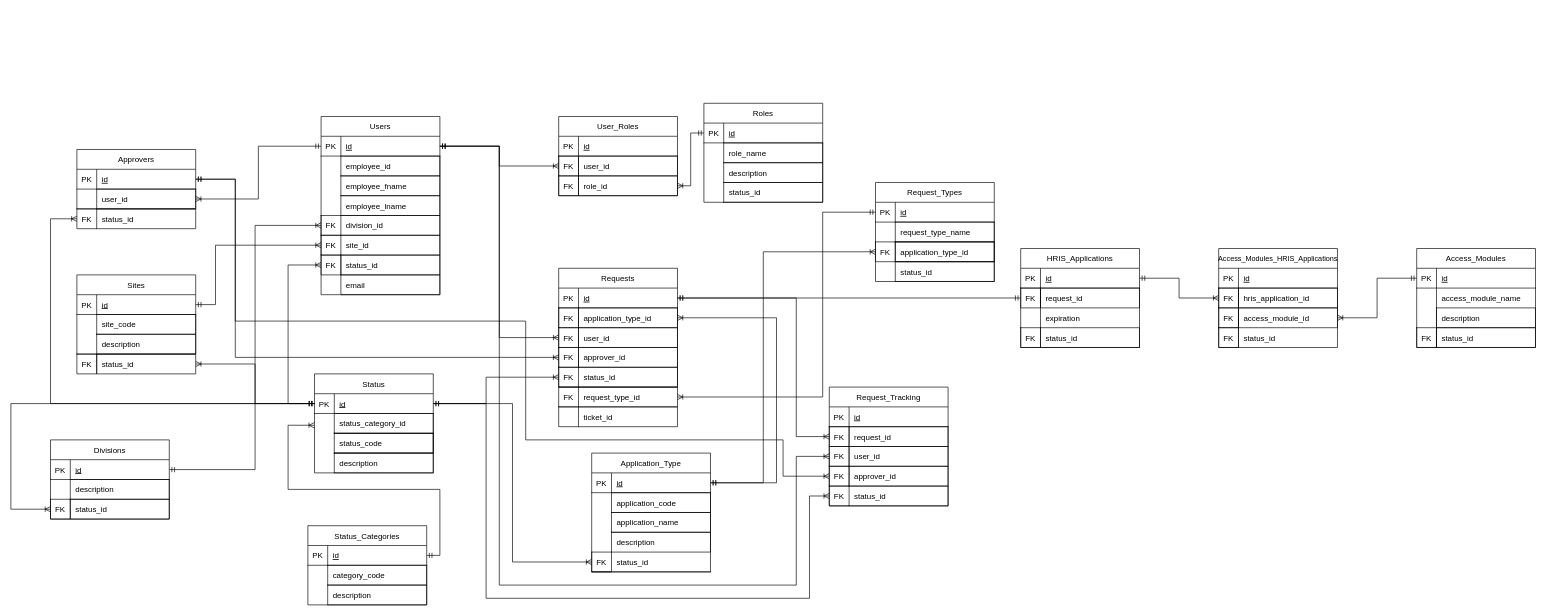
Above: docs/db_erd.drawio in eclair-29/isnow (draw.io), before the change. Source tidied: cells renumbered, new cells numbered last; positions are measured from the earlier drawing's top-left corner, leaving out a move shared by most shapes. Both pictures are drawn from the tidied source at 66%, with x=0, y=0 at pixel (11, 103).
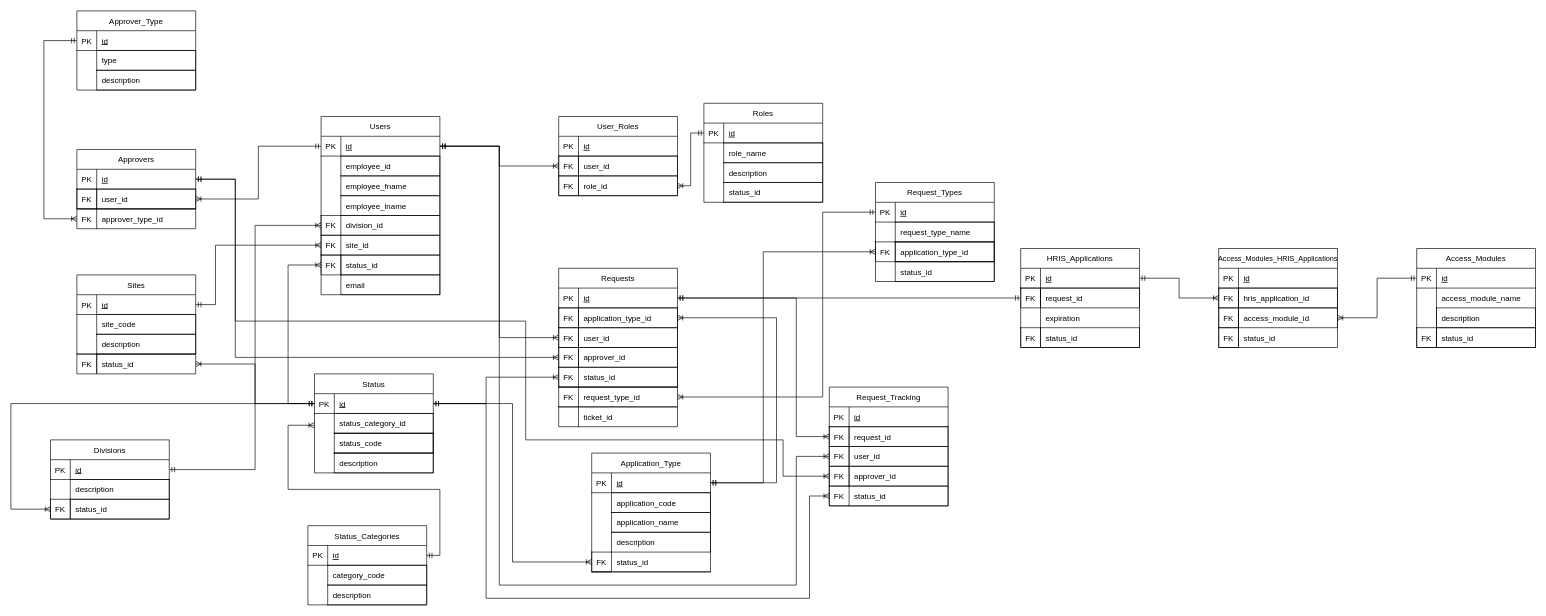
The same page after the edit.

Unchanged cells that the change refers to:
```xml
<mxCell id="90" style="shape=tableRow;horizontal=0;startSize=0;swimlaneHead=0;swimlaneBody=0;fillColor=none;points=[[0,0.5],[1,0.5]];portConstraint=eastwest;top=0;left=0;right=0;bottom=1;fontFamily=Helvetica;fontStyle=0;" parent="89" vertex="1">
  <mxGeometry y="30" width="180" height="30" as="geometry" />
</mxCell>
<mxCell id="148" style="shape=tableRow;horizontal=0;startSize=0;swimlaneHead=0;swimlaneBody=0;fillColor=none;points=[[0,0.5],[1,0.5]];portConstraint=eastwest;top=0;left=0;right=0;bottom=0;fontFamily=Helvetica;fontStyle=0;" parent="1" vertex="1">
  <mxGeometry x="100" y="160" width="180" height="30" as="geometry" />
</mxCell>
<mxCell id="153" style="group;fontFamily=Helvetica;" parent="1" vertex="1">
  <mxGeometry x="100" y="70" width="180" height="120" as="geometry" />
</mxCell>
```

The edit, as a diff of the source:
```diff
@@
+    <mxCell id="271" style="edgeStyle=orthogonalEdgeStyle;html=1;entryX=0;entryY=0.5;entryDx=0;entryDy=0;rounded=0;endArrow=ERmandOne;endFill=0;startArrow=ERoneToMany;startFill=0;" parent="1" edge="1" source="148" target="275">
+      <mxGeometry relative="1" as="geometry">
+        <Array as="points">
+          <mxPoint x="50" y="175" />
+          <mxPoint x="50" y="-95" />
+        </Array>
+      </mxGeometry>
+    </mxCell>
@@
-    <mxCell id="150" value="status_id" style="shape=partialRectangle;fillColor=none;top=1;left=0;bottom=1;right=1;align=left;spacingLeft=6;overflow=hidden;fontFamily=Helvetica;fontStyle=0;" parent="148" vertex="1">
+    <mxCell id="150" value="approver_type_id" style="shape=partialRectangle;fillColor=none;top=1;left=0;bottom=1;right=1;align=left;spacingLeft=6;overflow=hidden;fontFamily=Helvetica;fontStyle=0;" parent="148" vertex="1">
       <mxGeometry x="30" width="150" height="30" as="geometry" />
     </mxCell>
-    <mxCell id="151" style="edgeStyle=orthogonalEdgeStyle;rounded=0;html=1;entryX=0;entryY=0.5;entryDx=0;entryDy=0;fontFamily=Helvetica;startArrow=ERmandOne;startFill=0;endArrow=ERoneToMany;endFill=0;" parent="1" edge="1" source="90" target="148">
-      <mxGeometry relative="1" as="geometry">
-        <Array as="points">
-          <mxPoint x="60" y="455" />
-          <mxPoint x="60" y="175" />
-        </Array>
-      </mxGeometry>
-    </mxCell>
@@
+    <mxCell id="272" value="FK" style="shape=partialRectangle;fillColor=none;top=1;left=1;bottom=1;right=1;fontStyle=0;overflow=hidden;fontFamily=Helvetica;" parent="153" vertex="1">
+      <mxGeometry y="60" width="30" height="30" as="geometry" />
+    </mxCell>
@@
+    <mxCell id="273" style="group;fontFamily=Helvetica;" parent="1" vertex="1">
+      <mxGeometry x="100" y="-140" width="180" height="120" as="geometry" />
+    </mxCell>
+    <mxCell id="274" value="Approver_Type" style="shape=table;startSize=30;childLayout=tableLayout;rowLines=0;fontStyle=0;align=center;fontFamily=Helvetica;" parent="273" vertex="1">
+      <mxGeometry width="180" height="120" as="geometry" />
+    </mxCell>
+    <mxCell id="275" style="shape=tableRow;horizontal=0;startSize=0;swimlaneHead=0;swimlaneBody=0;fillColor=none;points=[[0,0.5],[1,0.5]];portConstraint=eastwest;top=0;left=0;right=0;bottom=1;fontFamily=Helvetica;fontStyle=0;" parent="274" vertex="1">
+      <mxGeometry y="30" width="180" height="30" as="geometry" />
+    </mxCell>
+    <mxCell id="276" value="PK" style="shape=partialRectangle;fillColor=none;top=0;left=0;bottom=0;right=0;fontStyle=0;overflow=hidden;fontFamily=Helvetica;" parent="275" vertex="1">
+      <mxGeometry width="30" height="30" as="geometry" />
+    </mxCell>
+    <mxCell id="277" value="id" style="shape=partialRectangle;fillColor=none;top=0;left=0;bottom=0;right=0;align=left;spacingLeft=6;fontStyle=4;overflow=hidden;fontFamily=Helvetica;" parent="275" vertex="1">
+      <mxGeometry x="30" width="150" height="30" as="geometry" />
+    </mxCell>
+    <mxCell id="278" style="shape=tableRow;horizontal=0;startSize=0;swimlaneHead=0;swimlaneBody=0;fillColor=none;top=0;left=0;right=0;bottom=0;fontFamily=Helvetica;fontStyle=0;" parent="274" vertex="1">
+      <mxGeometry y="60" width="180" height="30" as="geometry" />
+    </mxCell>
+    <mxCell id="279" style="shape=partialRectangle;fillColor=none;top=0;left=0;bottom=0;right=0;overflow=hidden;fontFamily=Helvetica;fontStyle=0;" parent="278" vertex="1">
+      <mxGeometry width="30" height="30" as="geometry" />
+    </mxCell>
+    <mxCell id="280" value="type" style="shape=partialRectangle;fillColor=none;top=1;left=0;bottom=1;right=1;align=left;spacingLeft=6;overflow=hidden;fontFamily=Helvetica;fontStyle=0;" parent="278" vertex="1">
+      <mxGeometry x="30" width="150" height="30" as="geometry" />
+    </mxCell>
+    <mxCell id="281" style="shape=tableRow;horizontal=0;startSize=0;swimlaneHead=0;swimlaneBody=0;fillColor=none;top=0;left=0;right=0;bottom=0;fontFamily=Helvetica;fontStyle=0;" parent="273" vertex="1">
+      <mxGeometry y="90" width="180" height="30" as="geometry" />
+    </mxCell>
+    <mxCell id="282" style="shape=partialRectangle;fillColor=none;top=0;left=0;bottom=0;right=0;overflow=hidden;fontFamily=Helvetica;fontStyle=0;" parent="281" vertex="1">
+      <mxGeometry width="30" height="30" as="geometry" />
+    </mxCell>
+    <mxCell id="283" style="shape=tableRow;horizontal=0;startSize=0;swimlaneHead=0;swimlaneBody=0;fillColor=none;top=0;left=0;right=0;bottom=0;fontFamily=Helvetica;fontStyle=0;" parent="273" vertex="1">
+      <mxGeometry y="90" width="180" height="30" as="geometry" />
+    </mxCell>
+    <mxCell id="284" style="shape=partialRectangle;fillColor=none;top=0;left=0;bottom=0;right=0;overflow=hidden;fontFamily=Helvetica;fontStyle=0;" parent="283" vertex="1">
+      <mxGeometry width="30" height="30" as="geometry" />
+    </mxCell>
+    <mxCell id="285" value="description" style="shape=partialRectangle;fillColor=none;top=1;left=1;bottom=1;right=1;align=left;spacingLeft=6;overflow=hidden;fontFamily=Helvetica;fontStyle=0;" parent="283" vertex="1">
+      <mxGeometry x="30" width="150" height="30" as="geometry" />
+    </mxCell>
```
